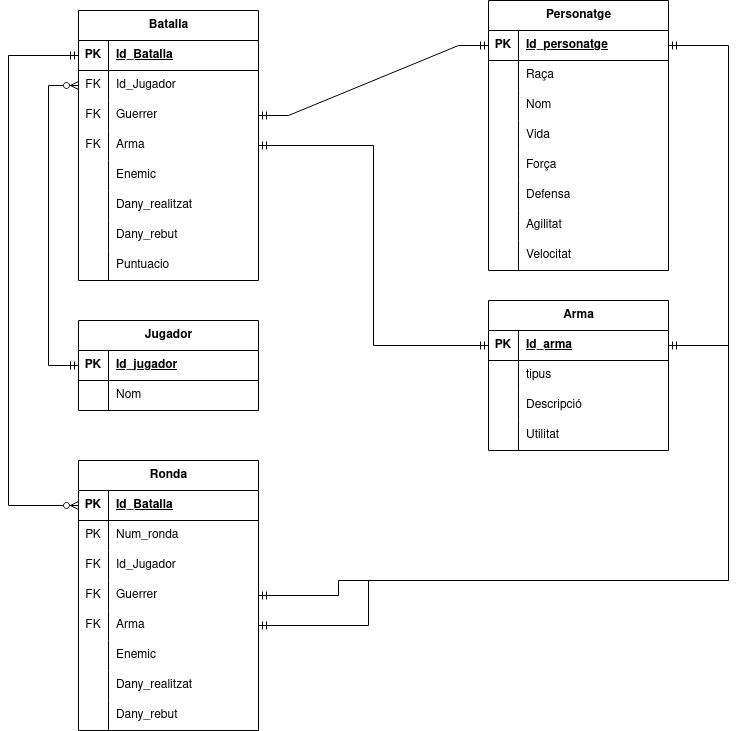
ivillaecija/Proyecto2 keeps this draw.io diagram as M2/Proyecto2BBDD.png. Above is the earlier version. Source tidied: cells renumbered, new cells last; positions are measured from the earlier drawing's top-left corner, leaving out a move shared by most shapes.
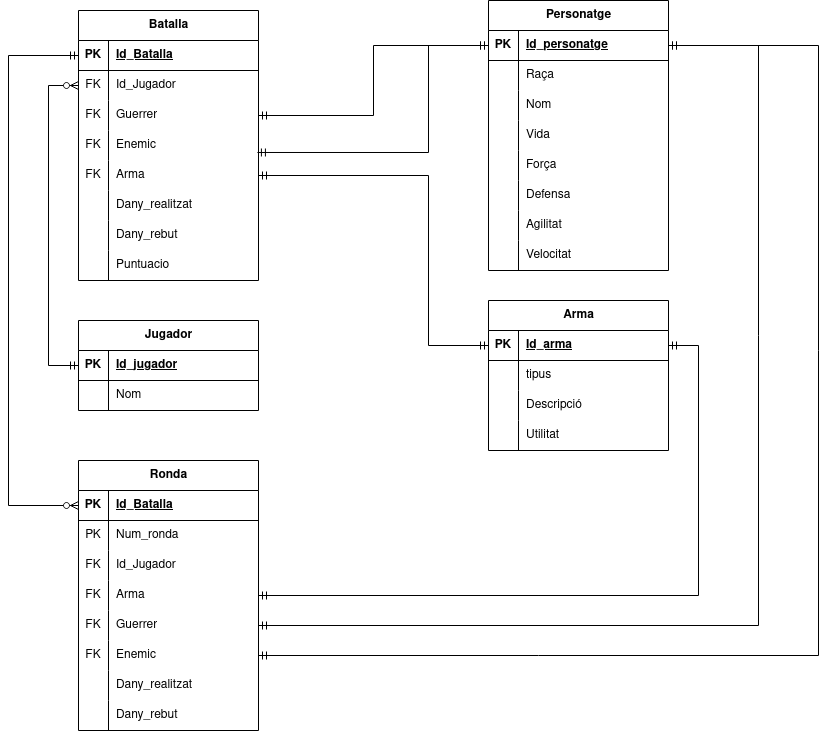
The same file after the commit.

What changed in the source:
```diff
@@ -173,16 +173,16 @@
     <mxCell id="58" value="FK" style="shape=partialRectangle;fillColor=none;top=0;left=0;bottom=0;right=0;overflow=hidden;whiteSpace=wrap;html=1;" parent="57" vertex="1">
       <mxGeometry width="30" height="30" as="geometry" />
     </mxCell>
-    <mxCell id="59" value="Arma" style="shape=partialRectangle;fillColor=none;top=0;left=0;bottom=0;right=0;align=left;spacingLeft=6;overflow=hidden;whiteSpace=wrap;html=1;" parent="57" vertex="1">
+    <mxCell id="59" value="Enemic" style="shape=partialRectangle;fillColor=none;top=0;left=0;bottom=0;right=0;align=left;spacingLeft=6;overflow=hidden;whiteSpace=wrap;html=1;" parent="57" vertex="1">
       <mxGeometry x="30" width="150" height="30" as="geometry" />
     </mxCell>
     <mxCell id="60" style="shape=tableRow;horizontal=0;startSize=0;swimlaneHead=0;swimlaneBody=0;fillColor=none;points=[[0,0.5],[1,0.5]];portConstraint=eastwest;top=0;left=0;right=0;bottom=0;" parent="47" vertex="1">
       <mxGeometry y="150" width="180" height="30" as="geometry" />
     </mxCell>
-    <mxCell id="61" style="shape=partialRectangle;fillColor=none;top=0;left=0;bottom=0;right=0;overflow=hidden;whiteSpace=wrap;html=1;" parent="60" vertex="1">
+    <mxCell id="61" value="FK" style="shape=partialRectangle;fillColor=none;top=0;left=0;bottom=0;right=0;overflow=hidden;whiteSpace=wrap;html=1;" parent="60" vertex="1">
       <mxGeometry width="30" height="30" as="geometry" />
     </mxCell>
-    <mxCell id="62" value="Enemic" style="shape=partialRectangle;fillColor=none;top=0;left=0;bottom=0;right=0;align=left;spacingLeft=6;overflow=hidden;whiteSpace=wrap;html=1;" parent="60" vertex="1">
+    <mxCell id="62" value="Arma" style="shape=partialRectangle;fillColor=none;top=0;left=0;bottom=0;right=0;align=left;spacingLeft=6;overflow=hidden;whiteSpace=wrap;html=1;" parent="60" vertex="1">
       <mxGeometry x="30" width="150" height="30" as="geometry" />
     </mxCell>
     <mxCell id="63" style="shape=tableRow;horizontal=0;startSize=0;swimlaneHead=0;swimlaneBody=0;fillColor=none;top=0;left=0;right=0;bottom=0;" parent="47" vertex="1">
@@ -220,12 +220,9 @@
         </Array>
       </mxGeometry>
     </mxCell>
-    <mxCell id="73" style="edgeStyle=entityRelationEdgeStyle;fontSize=12;html=1;endArrow=ERmandOne;startArrow=ERmandOne;rounded=0;exitX=1;exitY=0.5;exitDx=0;exitDy=0;entryX=0;entryY=0.5;entryDx=0;entryDy=0;" parent="1" edge="1" source="54" target="10">
+    <mxCell id="73" style="edgeStyle=orthogonalEdgeStyle;fontSize=12;html=1;endArrow=ERmandOne;startArrow=ERmandOne;rounded=0;exitX=1;exitY=0.5;exitDx=0;exitDy=0;entryX=0;entryY=0.5;entryDx=0;entryDy=0;" parent="1" edge="1" source="54" target="10">
       <mxGeometry relative="1" as="geometry" />
     </mxCell>
-    <mxCell id="74" style="edgeStyle=orthogonalEdgeStyle;fontSize=12;html=1;endArrow=ERmandOne;startArrow=ERmandOne;rounded=0;exitX=1;exitY=0.5;exitDx=0;exitDy=0;entryX=0;entryY=0.5;entryDx=0;entryDy=0;" parent="1" edge="1" source="57" target="35">
-      <mxGeometry relative="1" as="geometry" />
-    </mxCell>
     <mxCell id="75" value="Ronda" style="shape=table;startSize=30;rowLines=0;fontStyle=1;align=center;html=1;" parent="1" vertex="1">
       <mxGeometry x="70" y="460" width="180" height="270" as="geometry" />
     </mxCell>
@@ -262,7 +259,7 @@
     <mxCell id="86" value="FK" style="shape=partialRectangle;fillColor=none;top=0;left=0;bottom=0;right=0;overflow=hidden;whiteSpace=wrap;html=1;" parent="85" vertex="1">
       <mxGeometry width="30" height="30" as="geometry" />
     </mxCell>
-    <mxCell id="87" value="Guerrer" style="shape=partialRectangle;fillColor=none;top=0;left=0;bottom=0;right=0;align=left;spacingLeft=6;overflow=hidden;whiteSpace=wrap;html=1;" parent="85" vertex="1">
+    <mxCell id="87" value="Arma" style="shape=partialRectangle;fillColor=none;top=0;left=0;bottom=0;right=0;align=left;spacingLeft=6;overflow=hidden;whiteSpace=wrap;html=1;" parent="85" vertex="1">
       <mxGeometry x="30" width="150" height="30" as="geometry" />
     </mxCell>
     <mxCell id="88" style="shape=tableRow;horizontal=0;startSize=0;swimlaneHead=0;swimlaneBody=0;fillColor=none;points=[[0,0.5],[1,0.5]];portConstraint=eastwest;top=0;left=0;right=0;bottom=0;" parent="75" vertex="1">
@@ -271,13 +268,13 @@
     <mxCell id="89" value="FK" style="shape=partialRectangle;fillColor=none;top=0;left=0;bottom=0;right=0;overflow=hidden;whiteSpace=wrap;html=1;" parent="88" vertex="1">
       <mxGeometry width="30" height="30" as="geometry" />
     </mxCell>
-    <mxCell id="90" value="Arma" style="shape=partialRectangle;fillColor=none;top=0;left=0;bottom=0;right=0;align=left;spacingLeft=6;overflow=hidden;whiteSpace=wrap;html=1;" parent="88" vertex="1">
+    <mxCell id="90" value="Guerrer" style="shape=partialRectangle;fillColor=none;top=0;left=0;bottom=0;right=0;align=left;spacingLeft=6;overflow=hidden;whiteSpace=wrap;html=1;" parent="88" vertex="1">
       <mxGeometry x="30" width="150" height="30" as="geometry" />
     </mxCell>
     <mxCell id="91" style="shape=tableRow;horizontal=0;startSize=0;swimlaneHead=0;swimlaneBody=0;fillColor=none;points=[[0,0.5],[1,0.5]];portConstraint=eastwest;top=0;left=0;right=0;bottom=0;" parent="75" vertex="1">
       <mxGeometry y="180" width="180" height="30" as="geometry" />
     </mxCell>
-    <mxCell id="92" style="shape=partialRectangle;fillColor=none;top=0;left=0;bottom=0;right=0;overflow=hidden;whiteSpace=wrap;html=1;" parent="91" vertex="1">
+    <mxCell id="92" value="FK" style="shape=partialRectangle;fillColor=none;top=0;left=0;bottom=0;right=0;overflow=hidden;whiteSpace=wrap;html=1;" parent="91" vertex="1">
       <mxGeometry width="30" height="30" as="geometry" />
     </mxCell>
     <mxCell id="93" value="Enemic" style="shape=partialRectangle;fillColor=none;top=0;left=0;bottom=0;right=0;align=left;spacingLeft=6;overflow=hidden;whiteSpace=wrap;html=1;" parent="91" vertex="1">
@@ -309,25 +306,45 @@
         </Array>
       </mxGeometry>
     </mxCell>
-    <mxCell id="101" style="edgeStyle=orthogonalEdgeStyle;fontSize=12;html=1;endArrow=ERmandOne;startArrow=ERmandOne;rounded=0;exitX=1;exitY=0.5;exitDx=0;exitDy=0;entryX=1;entryY=0.5;entryDx=0;entryDy=0;" parent="1" edge="1" source="88" target="35">
+    <mxCell id="101" style="edgeStyle=orthogonalEdgeStyle;fontSize=12;html=1;endArrow=ERmandOne;startArrow=ERmandOne;rounded=0;exitX=1;exitY=0.5;exitDx=0;exitDy=0;entryX=1;entryY=0.5;entryDx=0;entryDy=0;" parent="1" edge="1" source="88" target="10">
       <mxGeometry relative="1" as="geometry">
         <Array as="points">
-          <mxPoint x="360" y="625" />
-          <mxPoint x="360" y="580" />
-          <mxPoint x="720" y="580" />
-          <mxPoint x="720" y="345" />
+          <mxPoint x="750" y="625" />
+          <mxPoint x="750" y="45" />
         </Array>
       </mxGeometry>
     </mxCell>
-    <mxCell id="102" style="edgeStyle=orthogonalEdgeStyle;fontSize=12;html=1;endArrow=ERmandOne;startArrow=ERmandOne;rounded=0;exitX=1;exitY=0.5;exitDx=0;exitDy=0;entryX=1;entryY=0.5;entryDx=0;entryDy=0;" parent="1" edge="1" source="85" target="10">
+    <mxCell id="102" style="edgeStyle=orthogonalEdgeStyle;fontSize=12;html=1;endArrow=ERmandOne;startArrow=ERmandOne;rounded=0;exitX=1;exitY=0.5;exitDx=0;exitDy=0;entryX=1;entryY=0.5;entryDx=0;entryDy=0;" parent="1" edge="1" source="85" target="35">
       <mxGeometry relative="1" as="geometry">
         <Array as="points">
-          <mxPoint x="330" y="595" />
-          <mxPoint x="330" y="580" />
-          <mxPoint x="720" y="580" />
-          <mxPoint x="720" y="45" />
+          <mxPoint x="690" y="595" />
+          <mxPoint x="690" y="345" />
         </Array>
       </mxGeometry>
     </mxCell>
+    <mxCell id="103" style="edgeStyle=orthogonalEdgeStyle;fontSize=12;html=1;endArrow=ERmandOne;startArrow=ERmandOne;rounded=0;exitX=1;exitY=0.5;exitDx=0;exitDy=0;entryX=0;entryY=0.5;entryDx=0;entryDy=0;" parent="1" edge="1" source="60" target="35">
+      <mxGeometry relative="1" as="geometry">
+        <Array as="points">
+          <mxPoint x="420" y="175" />
+          <mxPoint x="420" y="345" />
+        </Array>
+      </mxGeometry>
+    </mxCell>
+    <mxCell id="104" style="edgeStyle=orthogonalEdgeStyle;fontSize=12;html=1;endArrow=ERmandOne;startArrow=ERmandOne;rounded=0;entryX=0;entryY=0.5;entryDx=0;entryDy=0;exitX=0.994;exitY=0.733;exitDx=0;exitDy=0;exitPerimeter=0;" parent="1" edge="1" source="57" target="10">
+      <mxGeometry relative="1" as="geometry">
+        <Array as="points">
+          <mxPoint x="420" y="152" />
+          <mxPoint x="420" y="45" />
+        </Array>
+      </mxGeometry>
+    </mxCell>
+    <mxCell id="105" style="edgeStyle=orthogonalEdgeStyle;fontSize=12;html=1;endArrow=ERmandOne;startArrow=ERmandOne;rounded=0;exitX=1;exitY=0.5;exitDx=0;exitDy=0;entryX=1;entryY=0.5;entryDx=0;entryDy=0;" parent="1" edge="1" source="91" target="10">
+      <mxGeometry relative="1" as="geometry">
+        <Array as="points">
+          <mxPoint x="810" y="655" />
+          <mxPoint x="810" y="45" />
+        </Array>
+      </mxGeometry>
+    </mxCell>
   </root>
 </mxGraphModel>
```
